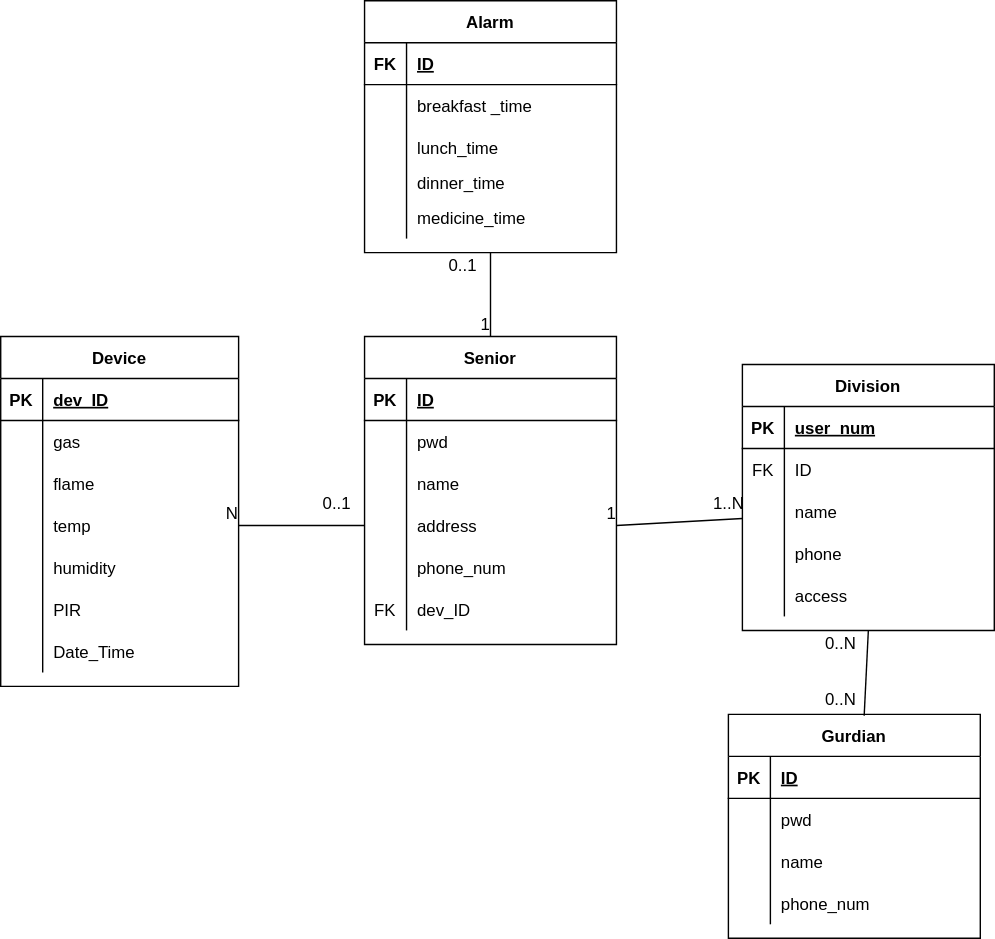
Earlier version of the draw.io export Monitoring system Diagram.drawio.svg (obob1313/draw.io). Source tidied: cells renumbered, new cells last; positions are measured from the earlier drawing's top-left corner, leaving out a move shared by most shapes.
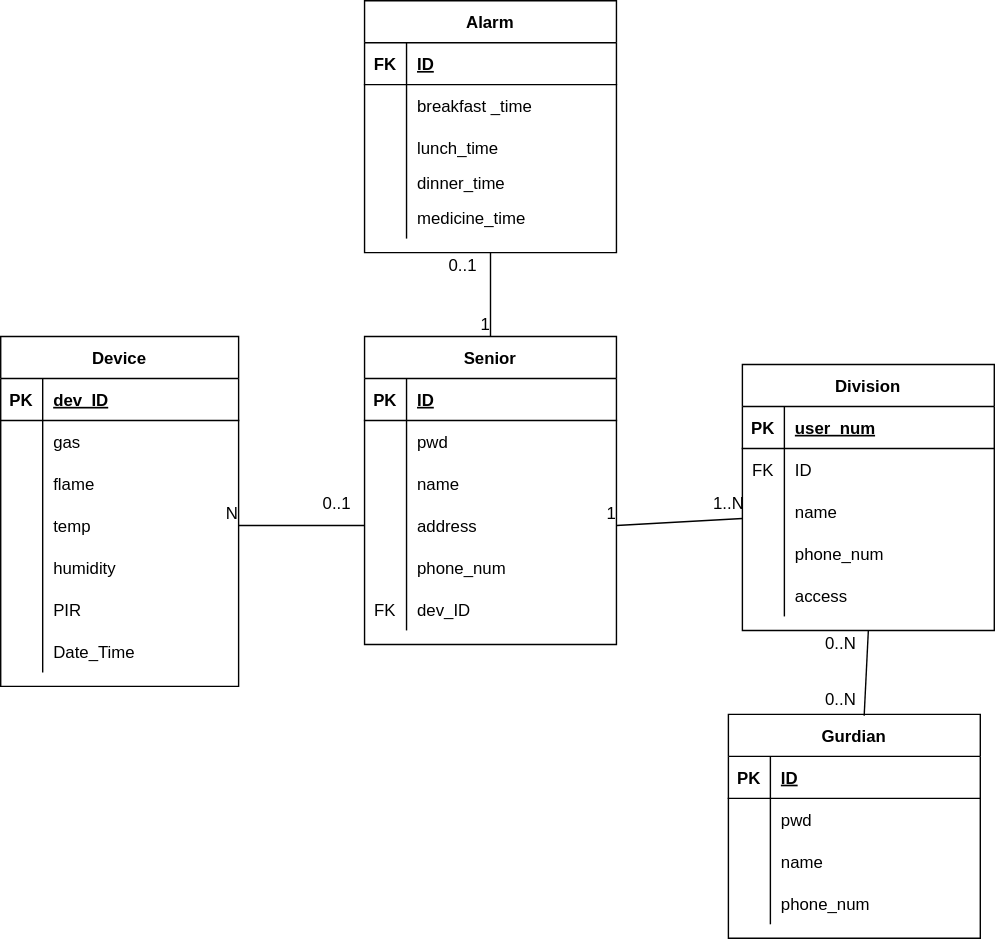
After the change.

The edit, as a diff of the source:
```diff
@@ -275,7 +275,7 @@
     <mxCell id="92" style="shape=partialRectangle;fillColor=none;top=0;left=0;bottom=0;right=0;overflow=hidden;" parent="91" vertex="1">
       <mxGeometry width="30" height="30" as="geometry" />
     </mxCell>
-    <mxCell id="93" value="phone" style="shape=partialRectangle;fillColor=none;top=0;left=0;bottom=0;right=0;align=left;spacingLeft=6;overflow=hidden;" parent="91" vertex="1">
+    <mxCell id="93" value="phone_num" style="shape=partialRectangle;fillColor=none;top=0;left=0;bottom=0;right=0;align=left;spacingLeft=6;overflow=hidden;" parent="91" vertex="1">
       <mxGeometry x="30" width="150" height="30" as="geometry" />
     </mxCell>
     <mxCell id="94" style="shape=tableRow;horizontal=0;startSize=0;swimlaneHead=0;swimlaneBody=0;fillColor=none;top=0;left=0;right=0;bottom=0;" parent="81" vertex="1">
```
